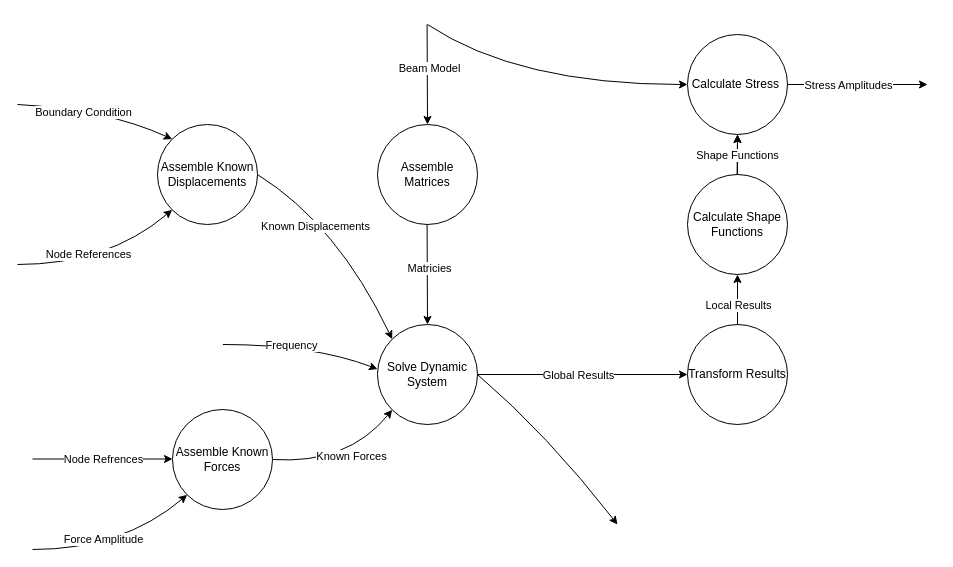
Earlier version of the draw.io diagram Thesis/Images/DFDs/DFD BeamSystem Dynamic (15).drawio (NathanielHargan/UAV_Optimization). Source tidied: cells renumbered, new cells numbered last; positions are measured from the earlier drawing's top-left corner, leaving out a move shared by most shapes. Both pictures are drawn from the tidied source at 100%, with x=0, y=0 at pixel (17, 24).
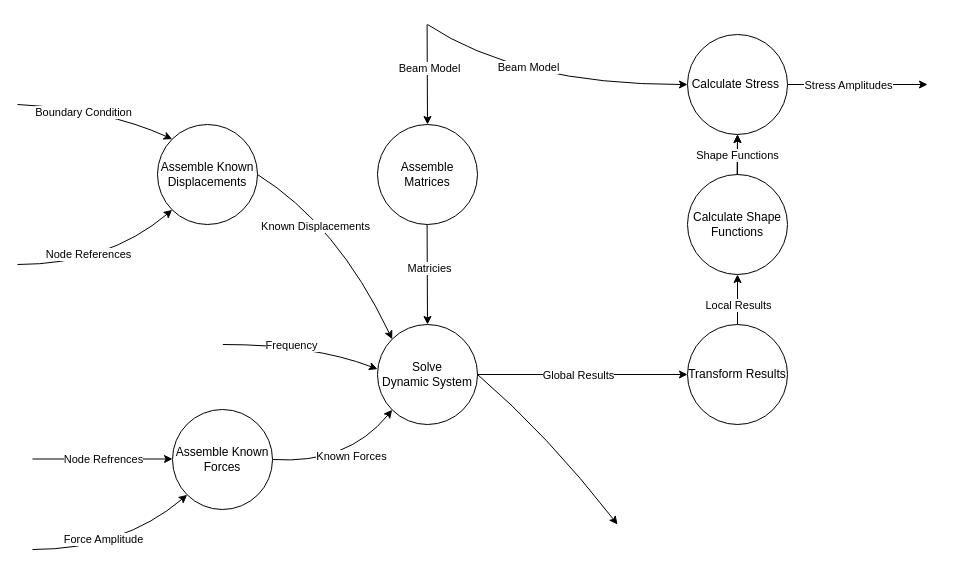
Above is the later version.

What changed in the source:
```diff
@@
-    <mxCell id="10" value="Solve Dynamic System" style="ellipse;whiteSpace=wrap;html=1;" parent="1" vertex="1">
+    <mxCell id="10" value="Solve Dynamic&lt;span style=&quot;background-color: transparent; color: light-dark(rgb(0, 0, 0), rgb(255, 255, 255));&quot;&gt;&amp;nbsp;System&lt;/span&gt;" style="ellipse;whiteSpace=wrap;html=1;" parent="1" vertex="1">
       <mxGeometry x="360" y="300" width="100" height="100" as="geometry" />
     </mxCell>
@@
+    <mxCell id="38" value="Beam Model" style="edgeLabel;html=1;align=center;verticalAlign=middle;" parent="1" vertex="1">
+      <mxGeometry x="510" y="42" as="geometry" />
+    </mxCell>
```
